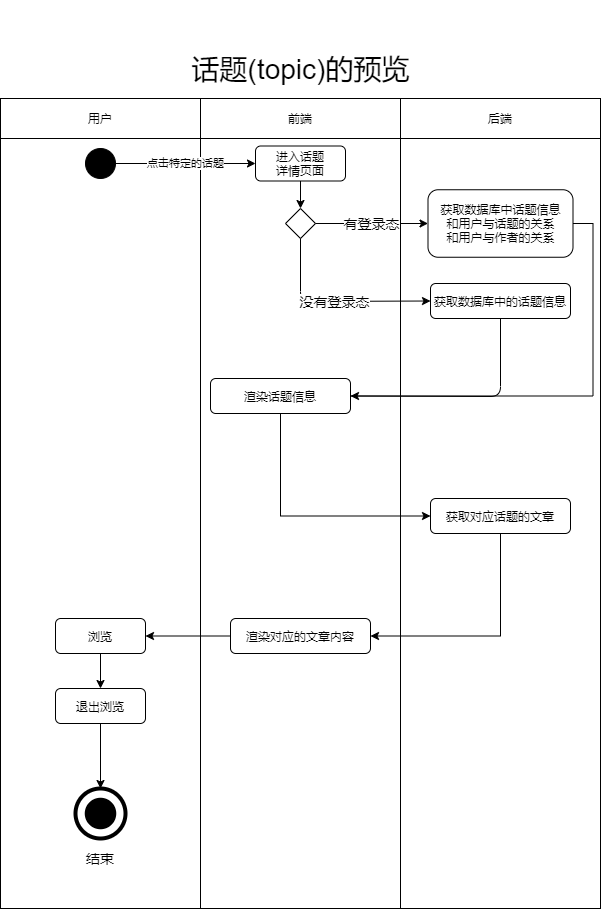
The draw.io diagram user.bbs-browse-topic.active.drawio.png in Jater0/Graduation, before a commit. Source tidied: cells renumbered, new cells last; positions are measured from the earlier drawing's top-left corner, leaving out a move shared by most shapes.
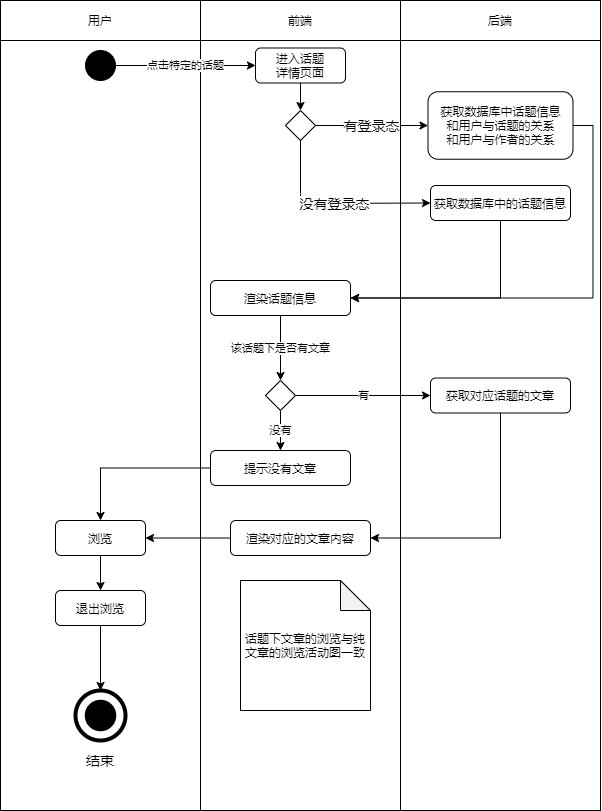
After the commit.

Change to the diagram source:
```diff
@@ -47,15 +47,15 @@
     <mxCell id="16" value="有登录态" style="endArrow=classic;html=1;exitX=1;exitY=0.5;exitDx=0;exitDy=0;entryX=0;entryY=0.5;entryDx=0;entryDy=0;fontSize=14;" parent="1" edge="1" source="15" target="19">
       <mxGeometry relative="1" as="geometry" />
     </mxCell>
-    <mxCell id="17" value="话题(topic)的预览" style="text;html=1;strokeColor=none;fillColor=none;align=center;verticalAlign=middle;whiteSpace=wrap;rounded=0;fontSize=28;" parent="1" vertex="1">
-      <mxGeometry x="162.5" y="0.5" width="275" height="137.5" as="geometry" />
-    </mxCell>
     <mxCell id="18" style="edgeStyle=orthogonalEdgeStyle;rounded=0;jettySize=auto;html=1;exitX=1;exitY=0.5;exitDx=0;exitDy=0;entryX=1;entryY=0.5;entryDx=0;entryDy=0;" parent="1" edge="1" source="19" target="23">
       <mxGeometry relative="1" as="geometry" />
     </mxCell>
     <mxCell id="19" value="获取数据库中话题信息&lt;br&gt;和用户与话题的关系&lt;br&gt;和用户与作者的关系" style="rounded=1;whiteSpace=wrap;html=1;" parent="1" vertex="1">
       <mxGeometry x="427.5" y="189.2" width="145" height="67.5" as="geometry" />
     </mxCell>
+    <mxCell id="33" style="edgeStyle=orthogonalEdgeStyle;rounded=0;jettySize=auto;html=1;exitX=0.5;exitY=1;exitDx=0;exitDy=0;entryX=1;entryY=0.5;entryDx=0;entryDy=0;" parent="1" edge="1" source="20" target="23">
+      <mxGeometry relative="1" as="geometry" />
+    </mxCell>
     <mxCell id="20" value="获取数据库中的话题信息" style="rounded=1;whiteSpace=wrap;html=1;" parent="1" vertex="1">
       <mxGeometry x="430" y="283" width="140" height="35" as="geometry" />
     </mxCell>
@@ -66,9 +66,12 @@
         </Array>
       </mxGeometry>
     </mxCell>
-    <mxCell id="22" style="edgeStyle=orthogonalEdgeStyle;rounded=0;jettySize=auto;html=1;exitX=0.5;exitY=1;exitDx=0;exitDy=0;entryX=0;entryY=0.5;entryDx=0;entryDy=0;" parent="1" edge="1" source="23" target="25">
+    <mxCell id="22" value="有" style="edgeStyle=orthogonalEdgeStyle;rounded=0;jettySize=auto;html=1;exitX=1;exitY=0.5;exitDx=0;exitDy=0;entryX=0;entryY=0.5;entryDx=0;entryDy=0;" parent="1" edge="1" source="36" target="25">
       <mxGeometry relative="1" as="geometry" />
     </mxCell>
+    <mxCell id="34" value="该话题下是否有文章" style="edgeStyle=orthogonalEdgeStyle;rounded=0;jettySize=auto;html=1;exitX=0.5;exitY=1;exitDx=0;exitDy=0;entryX=0.5;entryY=0;entryDx=0;entryDy=0;" parent="1" edge="1" source="23" target="36">
+      <mxGeometry relative="1" as="geometry" />
+    </mxCell>
     <mxCell id="23" value="渲染话题信息" style="rounded=1;whiteSpace=wrap;html=1;" parent="1" vertex="1">
       <mxGeometry x="210" y="378" width="140" height="35" as="geometry" />
     </mxCell>
@@ -76,7 +79,7 @@
       <mxGeometry relative="1" as="geometry" />
     </mxCell>
     <mxCell id="25" value="获取对应话题的文章" style="rounded=1;whiteSpace=wrap;html=1;" parent="1" vertex="1">
-      <mxGeometry x="430" y="498" width="140" height="35" as="geometry" />
+      <mxGeometry x="430" y="475.5" width="140" height="35" as="geometry" />
     </mxCell>
     <mxCell id="26" style="edgeStyle=orthogonalEdgeStyle;rounded=0;jettySize=auto;html=1;exitX=0;exitY=0.5;exitDx=0;exitDy=0;entryX=1;entryY=0.5;entryDx=0;entryDy=0;" parent="1" edge="1" source="27" target="30">
       <mxGeometry relative="1" as="geometry" />
@@ -84,13 +87,6 @@
     <mxCell id="27" value="渲染对应的文章内容" style="rounded=1;whiteSpace=wrap;html=1;" parent="1" vertex="1">
       <mxGeometry x="230" y="618" width="140" height="35" as="geometry" />
     </mxCell>
-    <mxCell id="28" style="endArrow=none;html=1;entryX=0.5;entryY=1;entryDx=0;entryDy=0;exitX=1;exitY=0.5;exitDx=0;exitDy=0;" parent="1" edge="1" source="23" target="20">
-      <mxGeometry relative="1" as="geometry">
-        <Array as="points">
-          <mxPoint x="500" y="396" />
-        </Array>
-      </mxGeometry>
-    </mxCell>
     <mxCell id="29" style="edgeStyle=orthogonalEdgeStyle;rounded=0;jettySize=auto;html=1;exitX=0.5;exitY=1;exitDx=0;exitDy=0;" parent="1" edge="1" source="30" target="32">
       <mxGeometry relative="1" as="geometry" />
     </mxCell>
@@ -103,5 +99,20 @@
     <mxCell id="32" value="退出浏览" style="rounded=1;whiteSpace=wrap;html=1;" parent="1" vertex="1">
       <mxGeometry x="55" y="688" width="90" height="35" as="geometry" />
     </mxCell>
+    <mxCell id="35" value="没有" style="edgeStyle=orthogonalEdgeStyle;rounded=0;jettySize=auto;html=1;exitX=0.5;exitY=1;exitDx=0;exitDy=0;entryX=0.5;entryY=0;entryDx=0;entryDy=0;" parent="1" edge="1" source="36" target="38">
+      <mxGeometry relative="1" as="geometry" />
+    </mxCell>
+    <mxCell id="36" style="rhombus;whiteSpace=wrap;html=1;" parent="1" vertex="1">
+      <mxGeometry x="265" y="478" width="30" height="30" as="geometry" />
+    </mxCell>
+    <mxCell id="37" style="edgeStyle=orthogonalEdgeStyle;rounded=0;jettySize=auto;html=1;exitX=0;exitY=0.5;exitDx=0;exitDy=0;" parent="1" edge="1" source="38" target="30">
+      <mxGeometry relative="1" as="geometry" />
+    </mxCell>
+    <mxCell id="38" value="提示没有文章" style="rounded=1;whiteSpace=wrap;html=1;" parent="1" vertex="1">
+      <mxGeometry x="210" y="548" width="140" height="35" as="geometry" />
+    </mxCell>
+    <mxCell id="39" value="话题下文章的浏览与纯文章的浏览活动图一致" style="shape=note;whiteSpace=wrap;html=1;backgroundOutline=1;darkOpacity=0.05;" parent="1" vertex="1">
+      <mxGeometry x="240" y="678" width="130" height="130" as="geometry" />
+    </mxCell>
   </root>
 </mxGraphModel>
```
